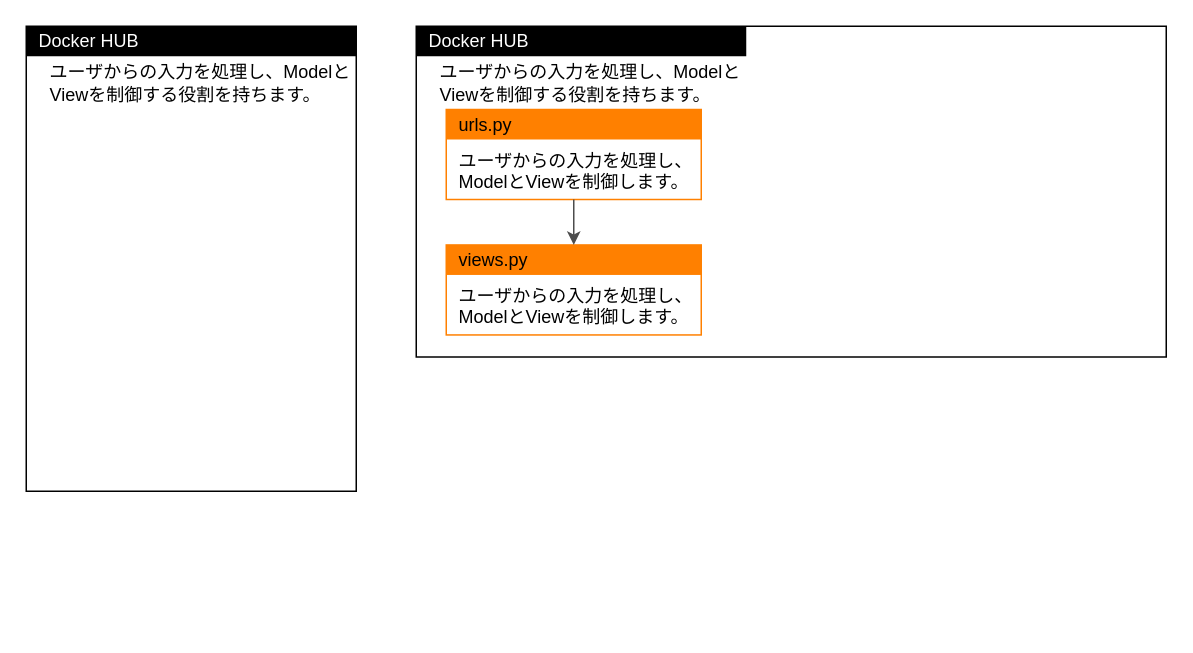
Earlier version of the draw.io diagram AWS研修_dockerイメージ.drawio (reizo0901/Doc). Source tidied: cells renumbered, new cells numbered last; positions are measured from the earlier drawing's top-left corner, leaving out a move shared by most shapes. Both pictures are drawn from the tidied source at 150%, with x=0, y=0 at pixel (26, 26). Pictures stored in the file or linked from it are replaced by grey dashed boxes.
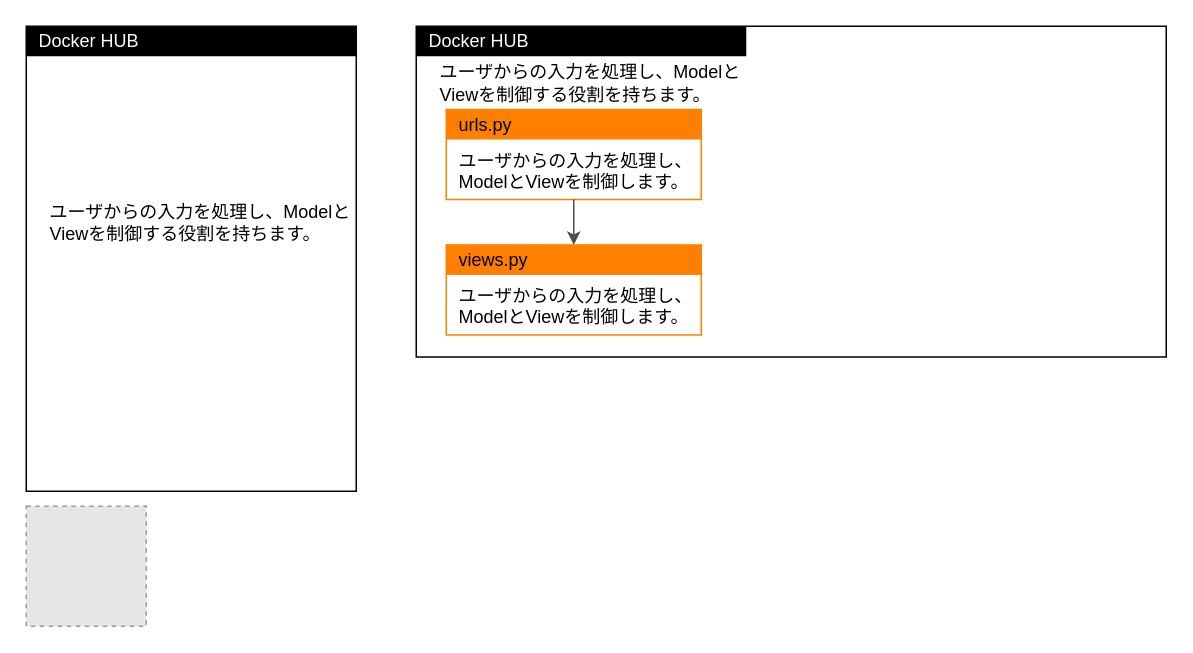
The same page after the edit.

Commit message (it also covers changes not shown here):
AWS研修_dockerイメージ.drawio を更新します

What changed in the source:
```diff
@@
 <mxGraphModel>
   <root>
     <mxCell id="0" />
     <mxCell id="1" parent="0" />
     <mxCell id="2" style="rounded=0;whiteSpace=wrap;html=1;" parent="1" vertex="1">
       <mxGeometry width="220" height="310" as="geometry" />
     </mxCell>
     <mxCell id="3" value="&amp;nbsp; Docker HUB" style="text;html=1;strokeColor=none;fillColor=#000000;align=left;verticalAlign=middle;whiteSpace=wrap;rounded=0;fontSize=12;fontStyle=0;fontColor=#FFFFFF;" parent="1" vertex="1">
       <mxGeometry width="220" height="20" as="geometry" />
     </mxCell>
     <mxCell id="4" value="ユーザからの入力を処理し、Modelと&lt;br&gt;Viewを制御する役割を持ちます。" style="text;html=1;strokeColor=none;fillColor=none;align=left;verticalAlign=middle;whiteSpace=wrap;rounded=0;" parent="1" vertex="1">
-      <mxGeometry x="13.8" y="22.5" width="206.2" height="30" as="geometry" />
+      <mxGeometry x="13.8" y="115.5" width="206.2" height="30" as="geometry" />
     </mxCell>
     <mxCell id="5" style="rounded=0;whiteSpace=wrap;html=1;" parent="1" vertex="1">
       <mxGeometry x="260" width="500" height="220.5" as="geometry" />
     </mxCell>
     <mxCell id="6" value="&amp;nbsp; Docker HUB" style="text;html=1;strokeColor=none;fillColor=#000000;align=left;verticalAlign=middle;whiteSpace=wrap;rounded=0;fontSize=12;fontStyle=0;fontColor=#FFFFFF;" parent="1" vertex="1">
       <mxGeometry x="260" width="220" height="20" as="geometry" />
     </mxCell>
     <mxCell id="7" style="rounded=0;whiteSpace=wrap;html=1;strokeColor=#ff8000;" parent="1" vertex="1">
       <mxGeometry x="280" y="55.5" width="170" height="60" as="geometry" />
     </mxCell>
     <mxCell id="8" value="&amp;nbsp; ユーザからの入力を処理し、&lt;br&gt;&amp;nbsp; ModelとViewを制御します。" style="text;html=1;strokeColor=none;fillColor=none;align=left;verticalAlign=top;whiteSpace=wrap;rounded=0;" parent="1" vertex="1">
       <mxGeometry x="280" y="75.5" width="170" height="40" as="geometry" />
     </mxCell>
     <mxCell id="9" value="&amp;nbsp; urls.py" style="text;html=1;strokeColor=none;fillColor=#FF8000;align=left;verticalAlign=middle;whiteSpace=wrap;rounded=0;fontSize=12;fontStyle=0;" parent="1" vertex="1">
       <mxGeometry x="280" y="55.5" width="170" height="20" as="geometry" />
     </mxCell>
     <mxCell id="10" style="rounded=0;whiteSpace=wrap;html=1;strokeColor=#ff8000;" parent="1" vertex="1">
       <mxGeometry x="280" y="145.8" width="170" height="60" as="geometry" />
     </mxCell>
     <mxCell id="11" value="&amp;nbsp; views.py" style="text;html=1;strokeColor=none;fillColor=#FF8000;align=left;verticalAlign=middle;whiteSpace=wrap;rounded=0;fontSize=12;fontStyle=0;" parent="1" vertex="1">
       <mxGeometry x="280" y="145.8" width="170" height="20" as="geometry" />
     </mxCell>
     <mxCell id="12" value="&amp;nbsp; ユーザからの入力を処理し、&lt;br&gt;&amp;nbsp; ModelとViewを制御します。" style="text;html=1;strokeColor=none;fillColor=none;align=left;verticalAlign=top;whiteSpace=wrap;rounded=0;" parent="1" vertex="1">
       <mxGeometry x="280" y="165.8" width="170" height="40" as="geometry" />
     </mxCell>
     <mxCell id="13" style="endArrow=classic;html=1;rounded=0;strokeWidth=1;entryX=0.5;entryY=0;entryDx=0;entryDy=0;exitX=0.5;exitY=1;exitDx=0;exitDy=0;strokeColor=#4D4D4D;" parent="1" edge="1" source="8" target="11">
       <mxGeometry relative="1" as="geometry" />
     </mxCell>
     <mxCell id="14" value="ユーザからの入力を処理し、Modelと&lt;br&gt;Viewを制御する役割を持ちます。" style="text;html=1;strokeColor=none;fillColor=none;align=left;verticalAlign=middle;whiteSpace=wrap;rounded=0;" parent="1" vertex="1">
       <mxGeometry x="273.8" y="22.5" width="206.2" height="30" as="geometry" />
     </mxCell>
+    <mxCell id="15" style="fillColor=#E6E6E6;strokeColor=#999999;dashed=1;verticalLabelPosition=bottom;labelBackgroundColor=default;verticalAlign=top;" parent="1" vertex="1">
+      <mxGeometry y="320" width="80" height="80" as="geometry" />
+    </mxCell>
   </root>
 </mxGraphModel>
```
